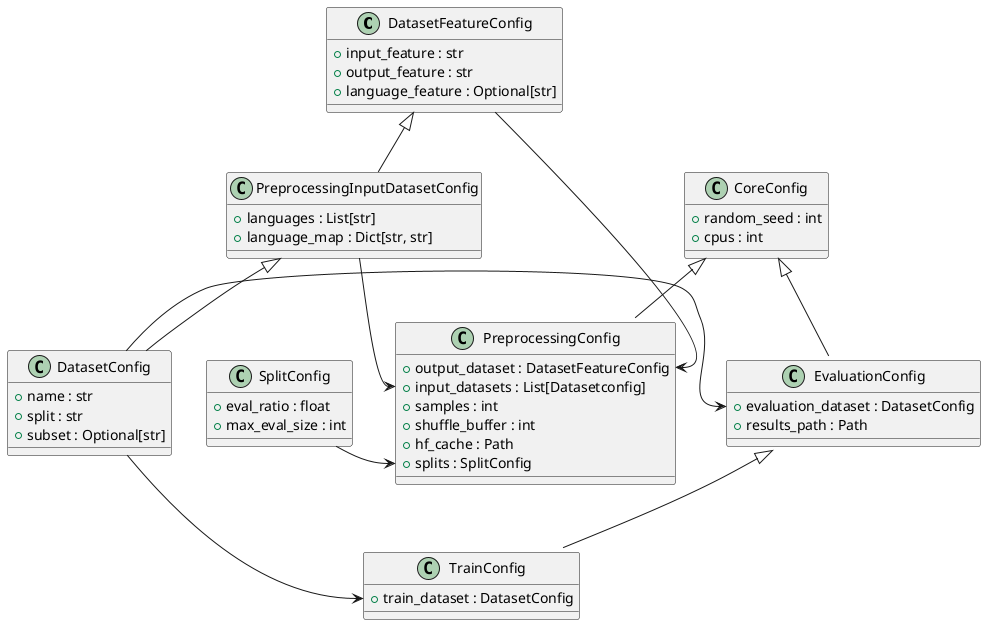
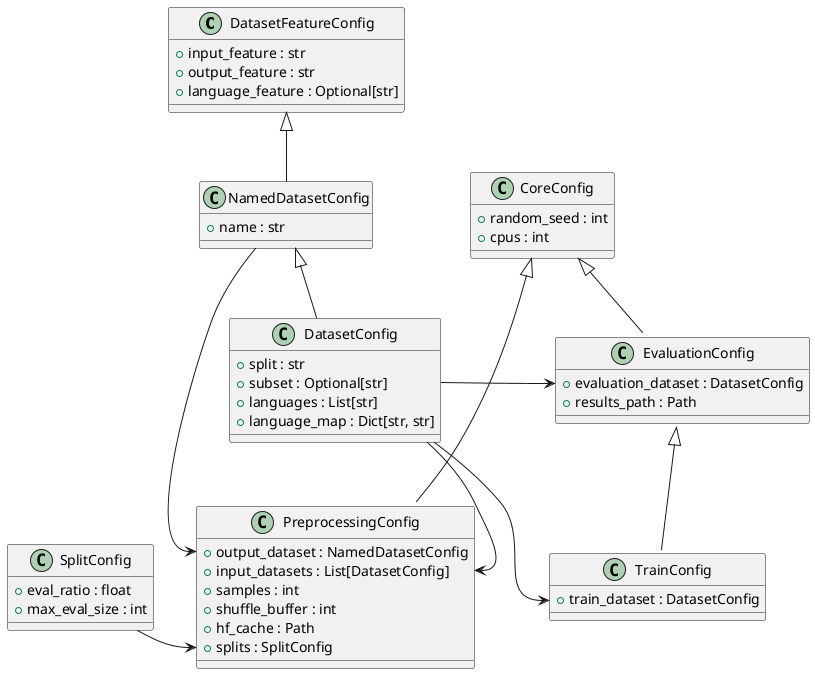
@startuml
class DatasetFeatureConfig {
+ input_feature : str
+ output_feature : str
+ language_feature : Optional[str]
}

- class PreprocessingInputDatasetConfig {
+ class NamedDatasetConfig {
+ + name : str
+ }
+ 
+ DatasetFeatureConfig <|-- NamedDatasetConfig
+ 
+ class DatasetConfig {
+ + split : str
+ + subset : Optional[str]
+ languages : List[str]
+ language_map : Dict[str, str]
}

- DatasetFeatureConfig <|-- PreprocessingInputDatasetConfig
- 
- class DatasetConfig {
- + name : str
- + split : str
- + subset : Optional[str]
- }
- 
- PreprocessingInputDatasetConfig <|-- DatasetConfig
+ NamedDatasetConfig <|-- DatasetConfig

class SplitConfig {
+ eval_ratio : float
+ max_eval_size : int
}

class CoreConfig {
+ random_seed : int
+ cpus : int
}

class PreprocessingConfig {
- + output_dataset : DatasetFeatureConfig
- + input_datasets : List[Datasetconfig]
+ + output_dataset : NamedDatasetConfig
+ + input_datasets : List[DatasetConfig]
+ samples : int
+ shuffle_buffer : int
+ hf_cache : Path
+ splits : SplitConfig
}

CoreConfig <|-- PreprocessingConfig
- DatasetFeatureConfig -> PreprocessingConfig::output_dataset
- PreprocessingInputDatasetConfig --> PreprocessingConfig::input_datasets
+ NamedDatasetConfig -> PreprocessingConfig::output_dataset
+ DatasetConfig --> PreprocessingConfig::input_datasets
SplitConfig -> PreprocessingConfig::splits

class EvaluationConfig {
+ evaluation_dataset : DatasetConfig
+ results_path : Path
}

CoreConfig <|-- EvaluationConfig

class TrainConfig {
+ train_dataset : DatasetConfig
}

EvaluationConfig <|-- TrainConfig
DatasetConfig -> EvaluationConfig::evaluation_dataset
DatasetConfig -> TrainConfig::train_dataset
@enduml